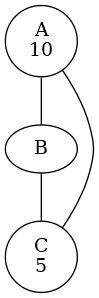
Above: output.png in BDhanush/Network-Visualizer-Language (Graphviz), before the change. Its source is kept beside it as output.dot. The source it was exported from:
```dot
graph G {
A [label="A"];
B [label="B"];
C [label="C"];
A -- B;
B -- C;
A [label="A\n10"];
C [label="C\n5"];
A -- C [constraint=false];
}
```
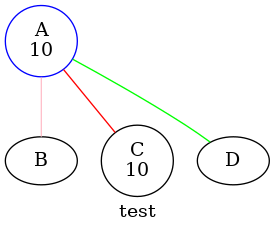
The same file after the commit.

Commit message:
color, weight, lable, title

The edit, as a diff of the source:
```diff
@@ -1,10 +1,12 @@
-graph G {
-A [label="A"];
+strict graph G {
+label="test";
+A [color="blue"];
 B [label="B"];
 C [label="C"];
-A -- B;
-B -- C;
+A -- B [weight=10];
+A -- B [color="pink"];
+A -- C [color="red"];
+A -- D [color="green"];
 A [label="A\n10"];
-C [label="C\n5"];
-A -- C [constraint=false];
+C [label="C\n10"];
 }
```
